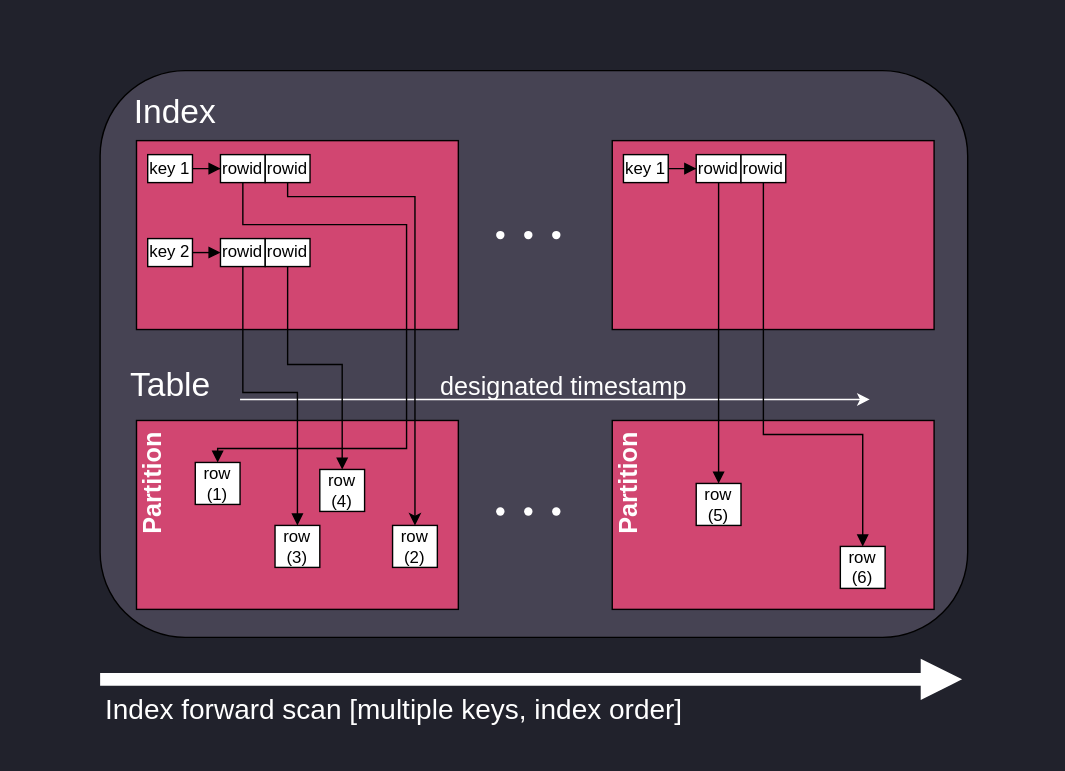
yash9111/questdb.io keeps this draw.io diagram as static/img/blog/2023-04-20/index_scan_index_order.svg. Above is the earlier version. Source tidied: cells renumbered, new cells last; positions are measured from the earlier drawing's top-left corner, leaving out a move shared by most shapes.
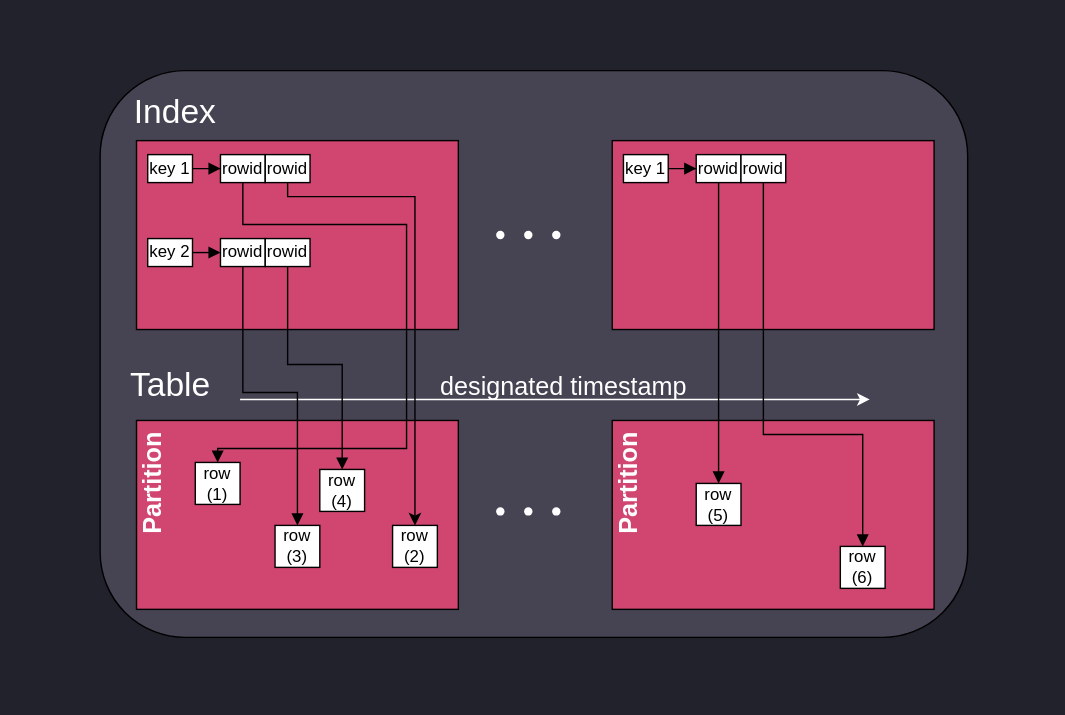
The same diagram one commit later.

Commit message:
chore(doc): remove scan direction arrows from index scan images

What changed in the source:
```diff
@@ -3,22 +3,11 @@
     <mxCell id="0" />
     <mxCell id="1" parent="0" />
     <mxCell id="2" style="rounded=0;whiteSpace=wrap;html=1;strokeColor=none;fillColor=none;" parent="1" vertex="1">
-      <mxGeometry width="760" height="550" as="geometry" />
+      <mxGeometry width="760" height="510" as="geometry" />
     </mxCell>
     <mxCell id="3" style="rounded=1;whiteSpace=wrap;html=1;fillColor=#464353;" parent="1" vertex="1">
       <mxGeometry x="71" y="50" width="620" height="405" as="geometry" />
     </mxCell>
-    <mxCell id="4" style="endArrow=block;html=1;rounded=0;strokeColor=#FFFFFF;strokeWidth=9;endFill=1;startArrow=none;startFill=0;" parent="1" edge="1">
-      <mxGeometry relative="1" as="geometry">
-        <mxPoint x="71" y="485" as="sourcePoint" />
-        <mxPoint x="687" y="485" as="targetPoint" />
-      </mxGeometry>
-    </mxCell>
-    <mxCell id="5" value="&lt;div style=&quot;text-align: justify;&quot;&gt;&lt;span style=&quot;font-size: 20px;&quot;&gt;&lt;font color=&quot;#ffffff&quot;&gt;Index forward scan [multiple keys, index order]&lt;/font&gt;&lt;/span&gt;&lt;br&gt;&lt;/div&gt;" style="edgeLabel;html=1;align=left;verticalAlign=middle;labelBorderColor=none;labelBackgroundColor=none;" parent="4" vertex="1">
-      <mxGeometry x="-0.86" relative="1" as="geometry">
-        <mxPoint x="-42" y="20" as="offset" />
-      </mxGeometry>
-    </mxCell>
     <mxCell id="6" style="shape=waypoint;sketch=0;fillStyle=solid;size=6;fillColor=none;perimeter=centerPerimeter;strokeColor=#FFFFFF;" parent="1" vertex="1">
       <mxGeometry x="347" y="355" width="20" height="20" as="geometry" />
     </mxCell>
```
